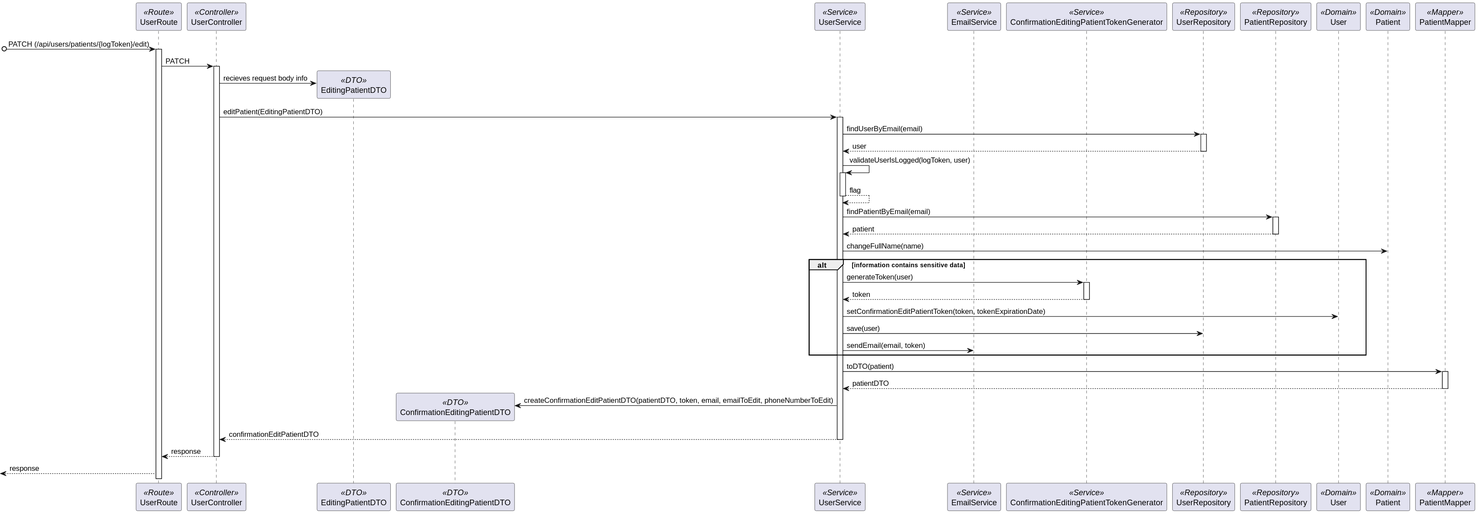
Earlier version of the PlantUML export docs/Sprint_1/US_5.1.4/L3/Process_View_Prior_Confirmation.svg (Rodrick0209/ISEP-SEM5PI-24-25).
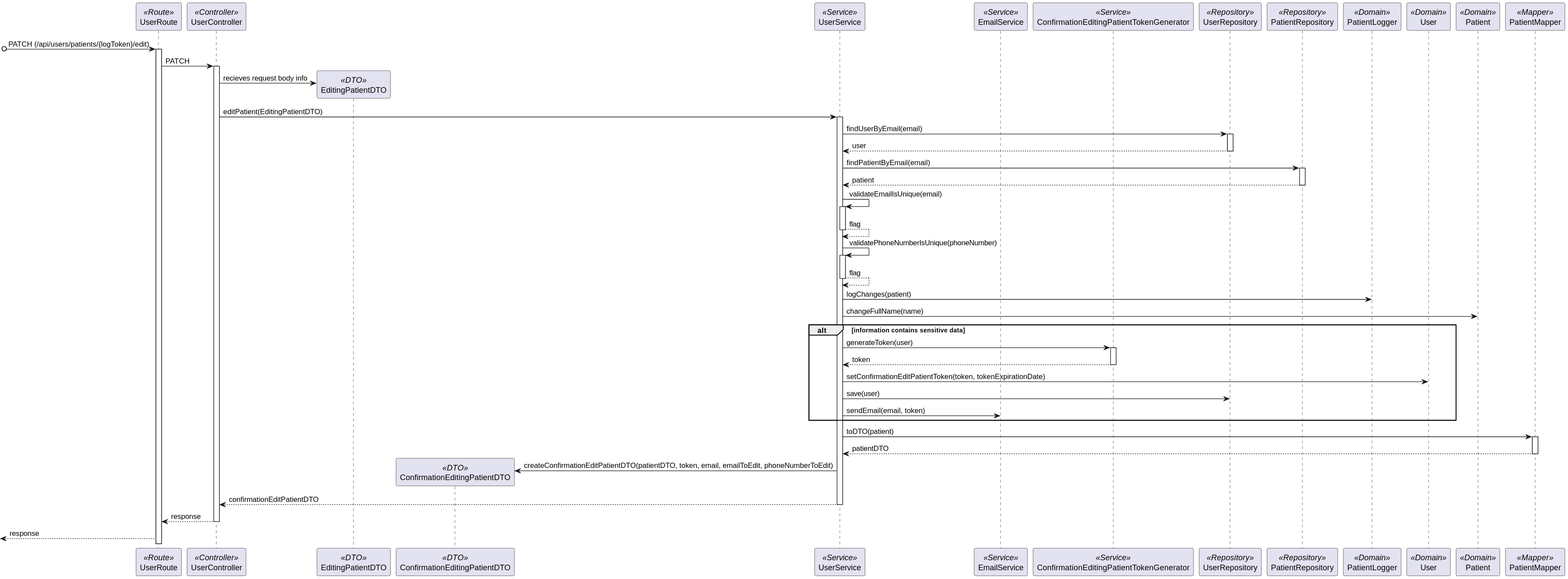
Later version of the same file.

Commit message:
US 5.1.4 Design fixed (added verifications for email and phone number) #5

Diff of the diagram source:
```diff
@@ -8,6 +8,7 @@
 participant ConfirmationEditingPatientTokenGenerator as TokenGenerator <<Service>>
 participant UserRepository as Repository <<Repository>>
 participant PatientRepository as PatientRepository <<Repository>>
+participant PatientLogger as Logger <<Domain>>
 participant User as User <<Domain>>
 participant Patient as Patient <<Domain>>
 participant PatientMapper as Mapper <<Mapper>>
@@ -21,12 +22,16 @@
 Service -> Repository : findUserByEmail(email)
 activate Repository
 return user
-Service -> Service : validateUserIsLogged(logToken, user)
-activate Service
-return flag
 Service -> PatientRepository : findPatientByEmail(email)
 activate PatientRepository
 return patient
+Service -> Service : validateEmailIsUnique(email)
+activate Service
+return flag
+Service -> Service : validatePhoneNumberIsUnique(phoneNumber)
+activate Service
+return flag
+Service -> Logger : logChanges(patient)
 Service -> Patient : changeFullName(name)
 alt information contains sensitive data
 Service -> TokenGenerator : generateToken(user)
```
